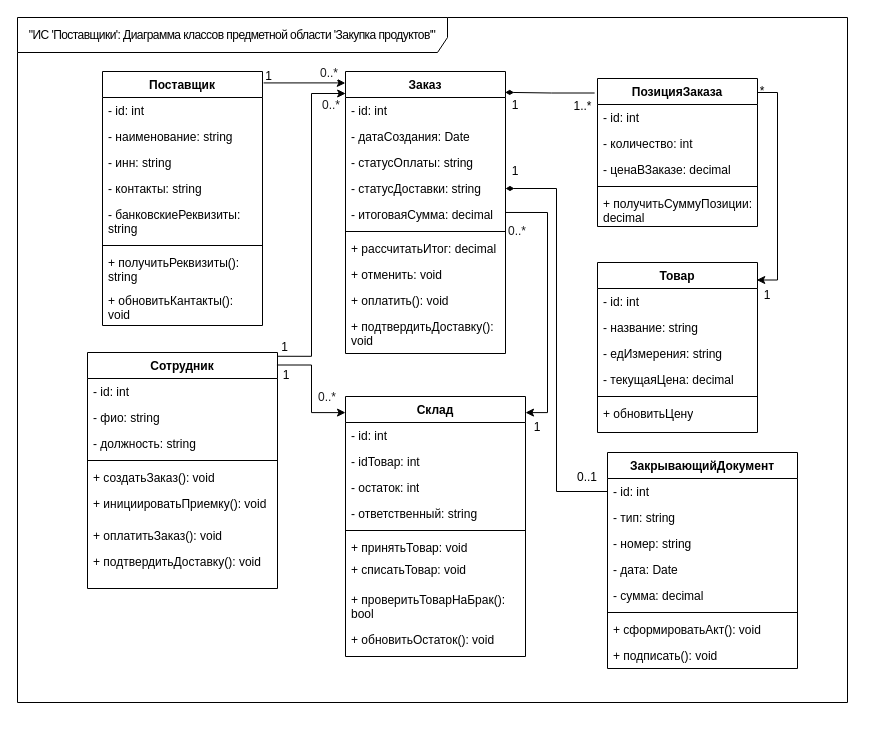
Before: page "Классов" (8 of 12) of последовательности.drawio in Dasha-Angel/work, a draw.io diagram. Source tidied: cells renumbered, new cells numbered last; positions are measured from the earlier drawing's top-left corner, leaving out a move shared by most shapes. Both pictures are drawn from the tidied source at 100%, with x=0, y=0 at pixel (17, 17).
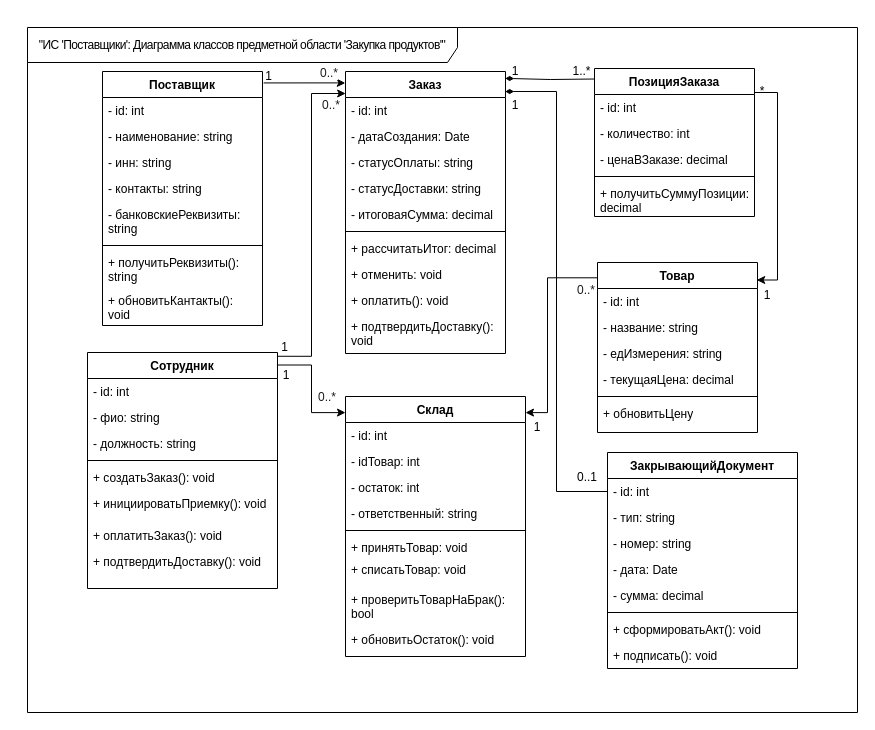
Above is the later version.

Unchanged cells that the change refers to:
```xml
<mxCell id="21" value="Товар" style="swimlane;fontStyle=1;align=center;verticalAlign=top;horizontal=1;startSize=26;whiteSpace=wrap;html=1;" parent="1" vertex="1">
  <mxGeometry x="580" y="245" width="160" height="170" as="geometry" />
</mxCell>
<mxCell id="28" value="Заказ" style="swimlane;fontStyle=1;align=center;verticalAlign=top;horizontal=1;startSize=26;whiteSpace=wrap;html=1;" parent="1" vertex="1">
  <mxGeometry x="328" y="54" width="160" height="282" as="geometry" />
</mxCell>
<mxCell id="32" value="- статусДоставки: string" style="text;strokeColor=none;fillColor=none;align=left;verticalAlign=top;spacingLeft=4;spacingRight=4;overflow=hidden;points=[[0,0.5],[1,0.5]];portConstraint=eastwest;whiteSpace=wrap;html=1;" parent="28" vertex="1">
  <mxGeometry y="104" width="160" height="26" as="geometry" />
</mxCell>
<mxCell id="33" value="- итоговаяСумма: decimal" style="text;strokeColor=none;fillColor=none;align=left;verticalAlign=top;spacingLeft=4;spacingRight=4;overflow=hidden;points=[[0,0.5],[1,0.5]];portConstraint=eastwest;whiteSpace=wrap;html=1;" parent="28" vertex="1">
  <mxGeometry y="130" width="160" height="26" as="geometry" />
</mxCell>
<mxCell id="45" value="Склад" style="swimlane;fontStyle=1;align=center;verticalAlign=top;horizontal=1;startSize=26;whiteSpace=wrap;html=1;" parent="1" vertex="1">
  <mxGeometry x="328" y="379" width="180" height="260" as="geometry" />
</mxCell>
<mxCell id="74" value="- id: int&lt;div&gt;&lt;br&gt;&lt;/div&gt;" style="text;strokeColor=none;fillColor=none;align=left;verticalAlign=top;spacingLeft=4;spacingRight=4;overflow=hidden;points=[[0,0.5],[1,0.5]];portConstraint=eastwest;whiteSpace=wrap;html=1;" parent="73" vertex="1">
  <mxGeometry y="26" width="190" height="26" as="geometry" />
</mxCell>
```

The edit, as a diff of the source:
```diff
@@
     <mxCell id="39" value="ПозицияЗаказа" style="swimlane;fontStyle=1;align=center;verticalAlign=top;horizontal=1;startSize=26;whiteSpace=wrap;html=1;" parent="1" vertex="1">
-      <mxGeometry x="580" y="61" width="160" height="148" as="geometry" />
+      <mxGeometry x="577" y="51" width="160" height="148" as="geometry" />
     </mxCell>
@@
-    <mxCell id="58" style="edgeStyle=orthogonalEdgeStyle;rounded=0;jettySize=auto;html=1;entryX=0.998;entryY=0.074;entryDx=0;entryDy=0;entryPerimeter=0;endArrow=diamondThin;endFill=1;exitX=-0.018;exitY=0.098;exitDx=0;exitDy=0;exitPerimeter=0;" parent="1" edge="1" source="39" target="28">
-      <mxGeometry relative="1" as="geometry" />
+    <mxCell id="58" style="edgeStyle=orthogonalEdgeStyle;rounded=0;orthogonalLoop=1;jettySize=auto;html=1;entryX=0.998;entryY=0.074;entryDx=0;entryDy=0;entryPerimeter=0;endArrow=diamondThin;endFill=1;exitX=-0.018;exitY=0.098;exitDx=0;exitDy=0;exitPerimeter=0;" parent="1" edge="1">
+      <mxGeometry relative="1" as="geometry">
+        <mxPoint x="577.1" y="61.5" as="sourcePoint" />
+        <mxPoint x="487.7" y="60.9" as="targetPoint" />
+      </mxGeometry>
     </mxCell>
     <mxCell id="59" value="1" style="text;html=1;whiteSpace=wrap;strokeColor=none;fillColor=none;align=center;verticalAlign=middle;rounded=0;" parent="1" vertex="1">
-      <mxGeometry x="488" y="73" width="20" height="30" as="geometry" />
+      <mxGeometry x="488" y="39" width="20" height="30" as="geometry" />
     </mxCell>
     <mxCell id="60" value="1..*" style="text;html=1;whiteSpace=wrap;strokeColor=none;fillColor=none;align=center;verticalAlign=middle;rounded=0;" parent="1" vertex="1">
-      <mxGeometry x="551" y="74" width="29" height="30" as="geometry" />
+      <mxGeometry x="550" y="39" width="29" height="30" as="geometry" />
     </mxCell>
@@
-    <mxCell id="64" style="edgeStyle=orthogonalEdgeStyle;rounded=0;jettySize=auto;html=1;entryX=1;entryY=0.5;entryDx=0;entryDy=0;endArrow=diamondThin;endFill=1;" parent="1" edge="1" source="74" target="32">
+    <mxCell id="64" style="edgeStyle=orthogonalEdgeStyle;rounded=0;jettySize=auto;html=1;entryX=0.998;entryY=0.071;entryDx=0;entryDy=0;endArrow=diamondThin;endFill=1;entryPerimeter=0;" parent="1" edge="1" source="74" target="28">
       <mxGeometry relative="1" as="geometry" />
     </mxCell>
@@
     <mxCell id="66" value="1" style="text;html=1;whiteSpace=wrap;strokeColor=none;fillColor=none;align=center;verticalAlign=middle;rounded=0;" parent="1" vertex="1">
-      <mxGeometry x="488" y="139" width="20" height="30" as="geometry" />
+      <mxGeometry x="488" y="73" width="20" height="30" as="geometry" />
     </mxCell>
@@
-    <mxCell id="69" style="edgeStyle=orthogonalEdgeStyle;rounded=0;jettySize=auto;html=1;entryX=1;entryY=0.062;entryDx=0;entryDy=0;entryPerimeter=0;exitX=1.002;exitY=0.422;exitDx=0;exitDy=0;exitPerimeter=0;" parent="1" edge="1" source="33" target="45">
+    <mxCell id="69" style="edgeStyle=orthogonalEdgeStyle;rounded=0;jettySize=auto;html=1;entryX=1;entryY=0.062;entryDx=0;entryDy=0;entryPerimeter=0;exitX=-0.001;exitY=0.09;exitDx=0;exitDy=0;exitPerimeter=0;" parent="1" edge="1" source="21" target="45">
       <mxGeometry relative="1" as="geometry">
         <Array as="points">
-          <mxPoint x="530" y="195" />
+          <mxPoint x="530" y="260" />
           <mxPoint x="530" y="395" />
         </Array>
       </mxGeometry>
     </mxCell>
     <mxCell id="70" value="&lt;span style=&quot;color: rgb(29, 29, 31); text-align: start; white-space-collapse: preserve-breaks; background-color: rgb(255, 255, 255);&quot;&gt;&lt;font style=&quot;&quot; face=&quot;Helvetica&quot;&gt;0..*&lt;/font&gt;&lt;/span&gt;" style="text;html=1;whiteSpace=wrap;strokeColor=none;fillColor=none;align=center;verticalAlign=middle;rounded=0;" parent="1" vertex="1">
-      <mxGeometry x="470" y="199" width="60" height="30" as="geometry" />
+      <mxGeometry x="539" y="258" width="60" height="30" as="geometry" />
     </mxCell>
@@
     <mxCell id="85" value="&lt;span style=&quot;letter-spacing: -0.56px; text-align: start; white-space-collapse: preserve-breaks;&quot;&gt;&lt;font style=&quot;color: rgb(0, 0, 0);&quot;&gt;&quot;ИС 'Поставщики': Диаграмма классов предметной области 'Закупка продуктов'&quot;&lt;/font&gt;&lt;/span&gt;" style="shape=umlFrame;whiteSpace=wrap;html=1;width=430;height=35;" parent="1" vertex="1">
-      <mxGeometry width="830" height="685" as="geometry" />
+      <mxGeometry x="10" y="10" width="830" height="685" as="geometry" />
     </mxCell>
```
